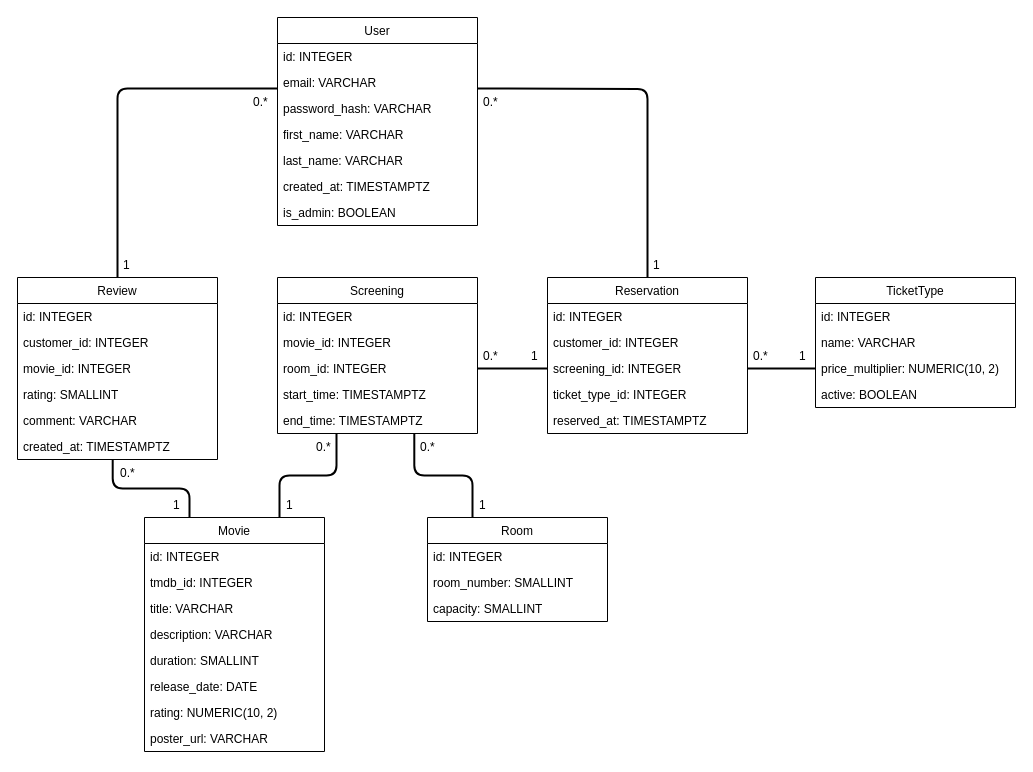
Before: doc/data_model.drawio in mdeniard/ensai-it-project-2a-team-4, a draw.io diagram. Source tidied: cells renumbered, new cells numbered last; positions are measured from the earlier drawing's top-left corner, leaving out a move shared by most shapes. Both pictures are drawn from the tidied source at 100%, with x=0, y=0 at pixel (17, 17).
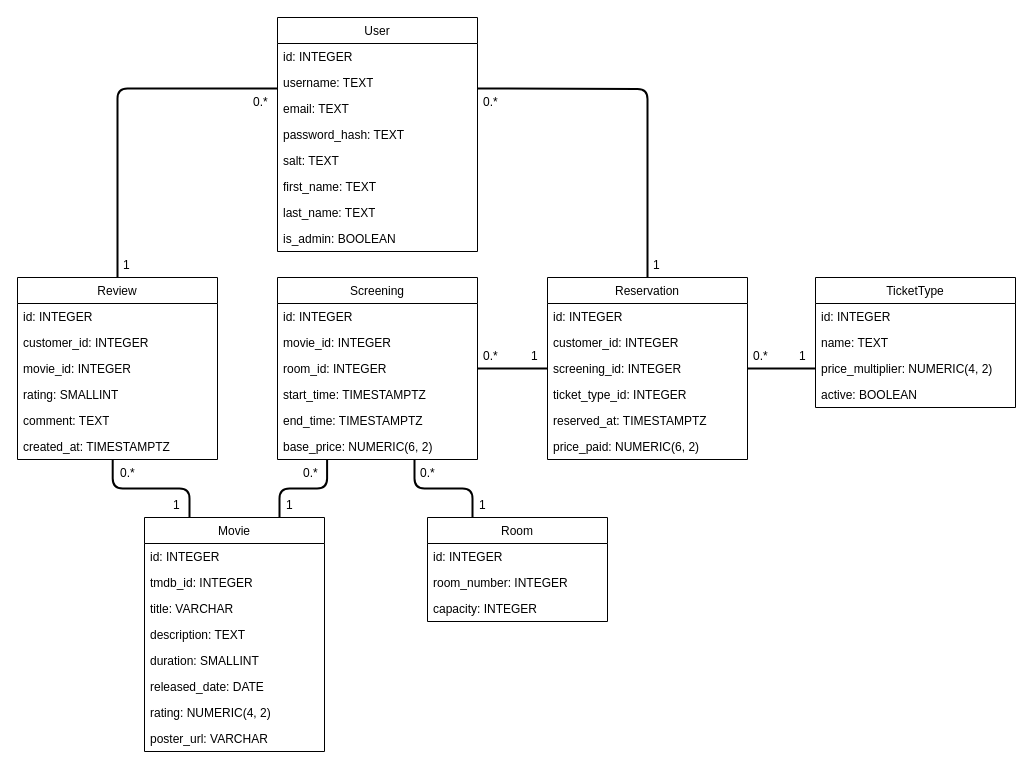
The same diagram, later.

Commit message (it also covers changes not shown here):
Updated diagrams and small changes in the readme and in file names

Unchanged cells that the change refers to:
```xml
<mxCell id="11" value="Review" style="swimlane;fontStyle=0;horizontal=1;startSize=26;fillColor=none;rounded=0;shadow=0;sketch=0;" parent="1" vertex="1">
  <mxGeometry y="260" width="200" height="182" as="geometry" />
</mxCell>
<mxCell id="23" value="end_time: TIMESTAMPTZ" style="text;strokeColor=none;fillColor=none;align=left;verticalAlign=top;spacingLeft=4;spacingRight=4;overflow=hidden;points=[[0,0.5],[1,0.5]];portConstraint=eastwest;whiteSpace=wrap;html=1;" parent="18" vertex="1">
  <mxGeometry y="130" width="200" height="26" as="geometry" />
</mxCell>
<mxCell id="31" value="Room" style="swimlane;fontStyle=0;horizontal=1;startSize=26;fillColor=none;rounded=0;shadow=0;sketch=0;" parent="1" vertex="1">
  <mxGeometry x="410" y="500" width="180" height="104" as="geometry" />
</mxCell>
<mxCell id="38" value="Movie" style="swimlane;fontStyle=0;horizontal=1;startSize=26;fillColor=none;rounded=0;shadow=0;sketch=0;" parent="1" vertex="1">
  <mxGeometry x="127" y="500" width="180" height="234" as="geometry" />
</mxCell>
<mxCell id="60" value="TicketType" style="swimlane;fontStyle=0;horizontal=1;startSize=26;fillColor=none;rounded=0;shadow=0;sketch=0;" parent="1" vertex="1">
  <mxGeometry x="798" y="260" width="200" height="130" as="geometry" />
</mxCell>
```

What changed in the source:
```diff
@@
     <mxCell id="2" value="User" style="swimlane;fontStyle=0;horizontal=1;startSize=26;fillColor=none;rounded=0;shadow=0;sketch=0;" parent="1" vertex="1">
-      <mxGeometry x="260" width="200" height="208" as="geometry" />
+      <mxGeometry x="260" width="200" height="234" as="geometry" />
     </mxCell>
@@
+    <mxCell id="8" value="username: TEXT" style="text;strokeColor=none;fillColor=none;align=left;verticalAlign=top;spacingLeft=4;spacingRight=4;overflow=hidden;whiteSpace=wrap;html=1;" parent="2" vertex="1">
+      <mxGeometry y="52" width="200" height="26" as="geometry" />
+    </mxCell>
-    <mxCell id="4" value="email: VARCHAR" style="text;strokeColor=none;fillColor=none;align=left;verticalAlign=top;spacingLeft=4;spacingRight=4;overflow=hidden;whiteSpace=wrap;html=1;" parent="2" vertex="1">
-      <mxGeometry y="52" width="200" height="26" as="geometry" />
+    <mxCell id="4" value="email: TEXT" style="text;strokeColor=none;fillColor=none;align=left;verticalAlign=top;spacingLeft=4;spacingRight=4;overflow=hidden;whiteSpace=wrap;html=1;" parent="2" vertex="1">
+      <mxGeometry y="78" width="200" height="26" as="geometry" />
     </mxCell>
-    <mxCell id="5" value="password_hash: VARCHAR" style="text;strokeColor=none;fillColor=none;align=left;verticalAlign=top;spacingLeft=4;spacingRight=4;overflow=hidden;whiteSpace=wrap;html=1;" parent="2" vertex="1">
-      <mxGeometry y="78" width="200" height="26" as="geometry" />
+    <mxCell id="5" value="password_hash: TEXT" style="text;strokeColor=none;fillColor=none;align=left;verticalAlign=top;spacingLeft=4;spacingRight=4;overflow=hidden;whiteSpace=wrap;html=1;" parent="2" vertex="1">
+      <mxGeometry y="104" width="200" height="26" as="geometry" />
     </mxCell>
+    <mxCell id="68" value="salt: TEXT" style="text;strokeColor=none;fillColor=none;align=left;verticalAlign=top;spacingLeft=4;spacingRight=4;overflow=hidden;whiteSpace=wrap;html=1;" parent="2" vertex="1">
+      <mxGeometry y="130" width="200" height="26" as="geometry" />
+    </mxCell>
-    <mxCell id="6" value="first_name: VARCHAR" style="text;strokeColor=none;fillColor=none;align=left;verticalAlign=top;spacingLeft=4;spacingRight=4;overflow=hidden;whiteSpace=wrap;html=1;" parent="2" vertex="1">
-      <mxGeometry y="104" width="200" height="26" as="geometry" />
+    <mxCell id="6" value="first_name: TEXT" style="text;strokeColor=none;fillColor=none;align=left;verticalAlign=top;spacingLeft=4;spacingRight=4;overflow=hidden;whiteSpace=wrap;html=1;" parent="2" vertex="1">
+      <mxGeometry y="156" width="200" height="26" as="geometry" />
     </mxCell>
-    <mxCell id="7" value="last_name: VARCHAR" style="text;strokeColor=none;fillColor=none;align=left;verticalAlign=top;spacingLeft=4;spacingRight=4;overflow=hidden;whiteSpace=wrap;html=1;" parent="2" vertex="1">
-      <mxGeometry y="130" width="200" height="26" as="geometry" />
+    <mxCell id="7" value="last_name: TEXT" style="text;strokeColor=none;fillColor=none;align=left;verticalAlign=top;spacingLeft=4;spacingRight=4;overflow=hidden;whiteSpace=wrap;html=1;" parent="2" vertex="1">
+      <mxGeometry y="182" width="200" height="26" as="geometry" />
     </mxCell>
-    <mxCell id="8" value="created_at: TIMESTAMPTZ" style="text;strokeColor=none;fillColor=none;align=left;verticalAlign=top;spacingLeft=4;spacingRight=4;overflow=hidden;whiteSpace=wrap;html=1;" parent="2" vertex="1">
-      <mxGeometry y="156" width="200" height="26" as="geometry" />
-    </mxCell>
     <mxCell id="9" value="is_admin: BOOLEAN" style="text;strokeColor=none;fillColor=none;align=left;verticalAlign=top;spacingLeft=4;spacingRight=4;overflow=hidden;whiteSpace=wrap;html=1;" parent="2" vertex="1">
-      <mxGeometry y="182" width="200" height="26" as="geometry" />
+      <mxGeometry y="208" width="200" height="26" as="geometry" />
     </mxCell>
@@
-    <mxCell id="16" value="comment: VARCHAR" style="text;strokeColor=none;fillColor=none;align=left;verticalAlign=top;spacingLeft=4;spacingRight=4;overflow=hidden;whiteSpace=wrap;html=1;" parent="11" vertex="1">
+    <mxCell id="16" value="comment: TEXT" style="text;strokeColor=none;fillColor=none;align=left;verticalAlign=top;spacingLeft=4;spacingRight=4;overflow=hidden;whiteSpace=wrap;html=1;" parent="11" vertex="1">
       <mxGeometry y="130" width="200" height="26" as="geometry" />
     </mxCell>
@@
     <mxCell id="18" value="Screening" style="swimlane;fontStyle=0;horizontal=1;startSize=26;fillColor=none;rounded=0;shadow=0;sketch=0;" parent="1" vertex="1">
-      <mxGeometry x="260" y="260" width="200" height="156" as="geometry" />
+      <mxGeometry x="260" y="260" width="200" height="182" as="geometry" />
     </mxCell>
@@
+    <mxCell id="69" value="base_price: NUMERIC(6, 2)" style="text;strokeColor=none;fillColor=none;align=left;verticalAlign=top;spacingLeft=4;spacingRight=4;overflow=hidden;points=[[0,0.5],[1,0.5]];portConstraint=eastwest;whiteSpace=wrap;html=1;" parent="18" vertex="1">
+      <mxGeometry y="156" width="200" height="26" as="geometry" />
+    </mxCell>
     <mxCell id="24" value="Reservation" style="swimlane;fontStyle=0;horizontal=1;startSize=26;fillColor=none;rounded=0;shadow=0;sketch=0;" parent="1" vertex="1">
-      <mxGeometry x="530" y="260" width="200" height="156" as="geometry" />
+      <mxGeometry x="530" y="260" width="200" height="182" as="geometry" />
     </mxCell>
@@
+    <mxCell id="70" value="price_paid: NUMERIC(6, 2)" style="text;strokeColor=none;fillColor=none;align=left;verticalAlign=top;spacingLeft=4;spacingRight=4;overflow=hidden;whiteSpace=wrap;html=1;" parent="24" vertex="1">
+      <mxGeometry y="156" width="200" height="26" as="geometry" />
+    </mxCell>
-    <mxCell id="30" style="edgeStyle=orthogonalEdgeStyle;html=1;exitX=0.25;exitY=0;exitDx=0;exitDy=0;entryX=0.684;entryY=0.983;entryDx=0;entryDy=0;entryPerimeter=0;strokeWidth=2;endArrow=none;endFill=0;" parent="1" edge="1" source="31" target="23">
+    <mxCell id="30" style="edgeStyle=orthogonalEdgeStyle;html=1;exitX=0.25;exitY=0;exitDx=0;exitDy=0;strokeWidth=2;endArrow=none;endFill=0;entryX=0.685;entryY=1.015;entryDx=0;entryDy=0;entryPerimeter=0;" parent="1" edge="1" source="31" target="69">
       <mxGeometry relative="1" as="geometry" />
     </mxCell>
@@
-    <mxCell id="33" value="room_number: SMALLINT" style="text;strokeColor=none;fillColor=none;align=left;verticalAlign=top;spacingLeft=4;spacingRight=4;overflow=hidden;whiteSpace=wrap;html=1;" parent="31" vertex="1">
+    <mxCell id="33" value="room_number: INTEGER" style="text;strokeColor=none;fillColor=none;align=left;verticalAlign=top;spacingLeft=4;spacingRight=4;overflow=hidden;whiteSpace=wrap;html=1;" parent="31" vertex="1">
       <mxGeometry y="52" width="180" height="26" as="geometry" />
     </mxCell>
-    <mxCell id="34" value="capacity: SMALLINT" style="text;strokeColor=none;fillColor=none;align=left;verticalAlign=top;spacingLeft=4;spacingRight=4;overflow=hidden;whiteSpace=wrap;html=1;" parent="31" vertex="1">
+    <mxCell id="34" value="capacity: INTEGER" style="text;strokeColor=none;fillColor=none;align=left;verticalAlign=top;spacingLeft=4;spacingRight=4;overflow=hidden;whiteSpace=wrap;html=1;" parent="31" vertex="1">
       <mxGeometry y="78" width="180" height="26" as="geometry" />
     </mxCell>
@@
-    <mxCell id="36" style="edgeStyle=orthogonalEdgeStyle;html=1;exitX=0.75;exitY=0;exitDx=0;exitDy=0;strokeWidth=2;endArrow=none;endFill=0;entryX=0.295;entryY=0.983;entryDx=0;entryDy=0;entryPerimeter=0;" parent="1" edge="1" source="38" target="23">
+    <mxCell id="36" style="edgeStyle=orthogonalEdgeStyle;html=1;exitX=0.75;exitY=0;exitDx=0;exitDy=0;strokeWidth=2;endArrow=none;endFill=0;entryX=0.248;entryY=1.007;entryDx=0;entryDy=0;entryPerimeter=0;" parent="1" edge="1" source="38" target="69">
       <mxGeometry relative="1" as="geometry" />
     </mxCell>
@@
-    <mxCell id="42" value="description: VARCHAR" style="text;strokeColor=none;fillColor=none;align=left;verticalAlign=top;spacingLeft=4;spacingRight=4;overflow=hidden;whiteSpace=wrap;html=1;" parent="38" vertex="1">
+    <mxCell id="42" value="description: TEXT" style="text;strokeColor=none;fillColor=none;align=left;verticalAlign=top;spacingLeft=4;spacingRight=4;overflow=hidden;whiteSpace=wrap;html=1;" parent="38" vertex="1">
       <mxGeometry y="104" width="180" height="26" as="geometry" />
     </mxCell>
@@
-    <mxCell id="44" value="release_date: DATE" style="text;strokeColor=none;fillColor=none;align=left;verticalAlign=top;spacingLeft=4;spacingRight=4;overflow=hidden;whiteSpace=wrap;html=1;" parent="38" vertex="1">
+    <mxCell id="44" value="released_date: DATE" style="text;strokeColor=none;fillColor=none;align=left;verticalAlign=top;spacingLeft=4;spacingRight=4;overflow=hidden;whiteSpace=wrap;html=1;" parent="38" vertex="1">
       <mxGeometry y="156" width="180" height="26" as="geometry" />
     </mxCell>
-    <mxCell id="45" value="rating: NUMERIC(10, 2)" style="text;strokeColor=none;fillColor=none;align=left;verticalAlign=top;spacingLeft=4;spacingRight=4;overflow=hidden;whiteSpace=wrap;html=1;" parent="38" vertex="1">
+    <mxCell id="45" value="rating: NUMERIC(4, 2)" style="text;strokeColor=none;fillColor=none;align=left;verticalAlign=top;spacingLeft=4;spacingRight=4;overflow=hidden;whiteSpace=wrap;html=1;" parent="38" vertex="1">
       <mxGeometry y="182" width="180" height="26" as="geometry" />
     </mxCell>
@@
     <mxCell id="51" value="0.*" style="text;strokeColor=none;fillColor=none;align=left;verticalAlign=top;spacingLeft=4;spacingRight=4;overflow=hidden;rounded=0;shadow=0;sketch=0;" parent="1" vertex="1">
-      <mxGeometry x="293" y="416" width="30" height="26" as="geometry" />
+      <mxGeometry x="280" y="442" width="30" height="26" as="geometry" />
     </mxCell>
@@
     <mxCell id="56" value="0.*" style="text;strokeColor=none;fillColor=none;align=left;verticalAlign=top;spacingLeft=4;spacingRight=4;overflow=hidden;rounded=0;shadow=0;sketch=0;" parent="1" vertex="1">
-      <mxGeometry x="397" y="416" width="30" height="26" as="geometry" />
+      <mxGeometry x="397" y="442" width="30" height="26" as="geometry" />
     </mxCell>
@@
-    <mxCell id="62" value="name: VARCHAR" style="text;strokeColor=none;fillColor=none;align=left;verticalAlign=top;spacingLeft=4;spacingRight=4;overflow=hidden;whiteSpace=wrap;html=1;" parent="60" vertex="1">
+    <mxCell id="62" value="name: TEXT" style="text;strokeColor=none;fillColor=none;align=left;verticalAlign=top;spacingLeft=4;spacingRight=4;overflow=hidden;whiteSpace=wrap;html=1;" parent="60" vertex="1">
       <mxGeometry y="52" width="200" height="26" as="geometry" />
     </mxCell>
-    <mxCell id="63" value="price_multiplier: NUMERIC(10, 2)" style="text;strokeColor=none;fillColor=none;align=left;verticalAlign=top;spacingLeft=4;spacingRight=4;overflow=hidden;points=[[0,0.5],[1,0.5]];portConstraint=eastwest;whiteSpace=wrap;html=1;" parent="60" vertex="1">
+    <mxCell id="63" value="price_multiplier: NUMERIC(4, 2)" style="text;strokeColor=none;fillColor=none;align=left;verticalAlign=top;spacingLeft=4;spacingRight=4;overflow=hidden;points=[[0,0.5],[1,0.5]];portConstraint=eastwest;whiteSpace=wrap;html=1;" parent="60" vertex="1">
       <mxGeometry y="78" width="200" height="26" as="geometry" />
     </mxCell>
```
